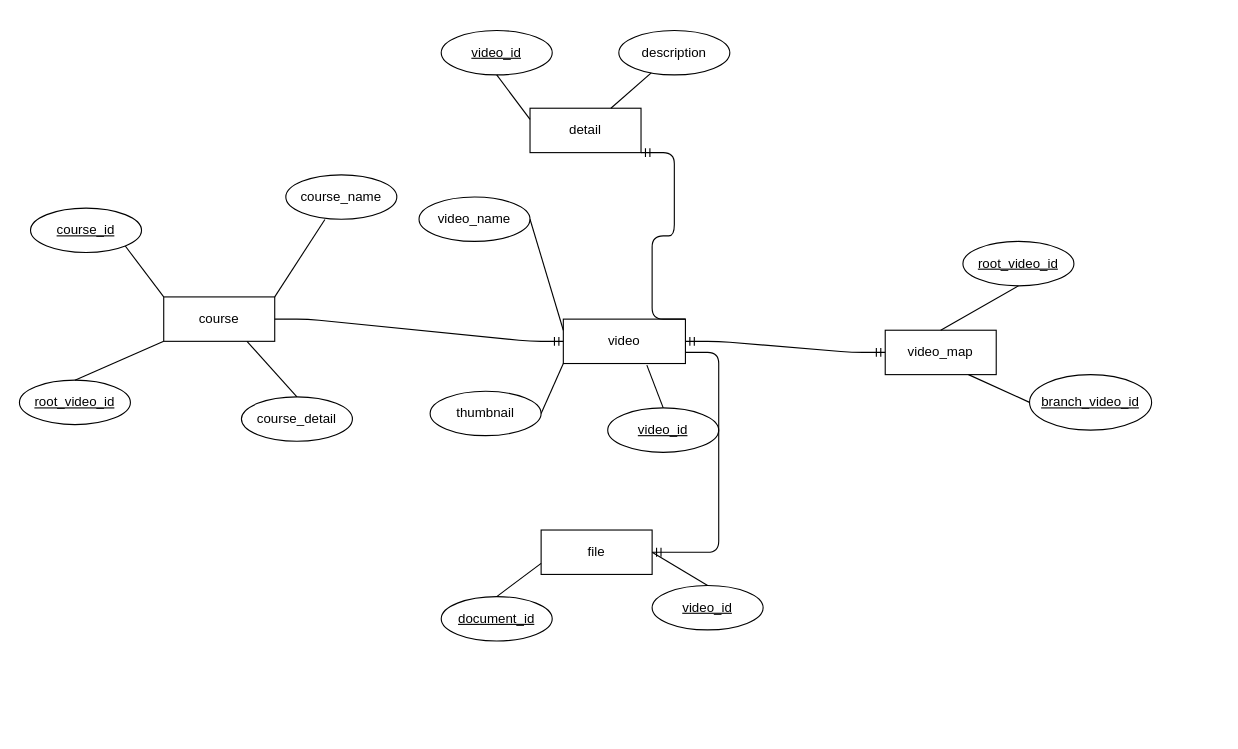
This is Untitled Diagram.drawio from TendonT52/ProjectProgMath, a draw.io file, before an edit. Source tidied: cells renumbered, new cells numbered last; positions are measured from the earlier drawing's top-left corner, leaving out a move shared by most shapes. Both pictures are drawn from the tidied source at 111%, with x=0, y=0 at pixel (19, 30).
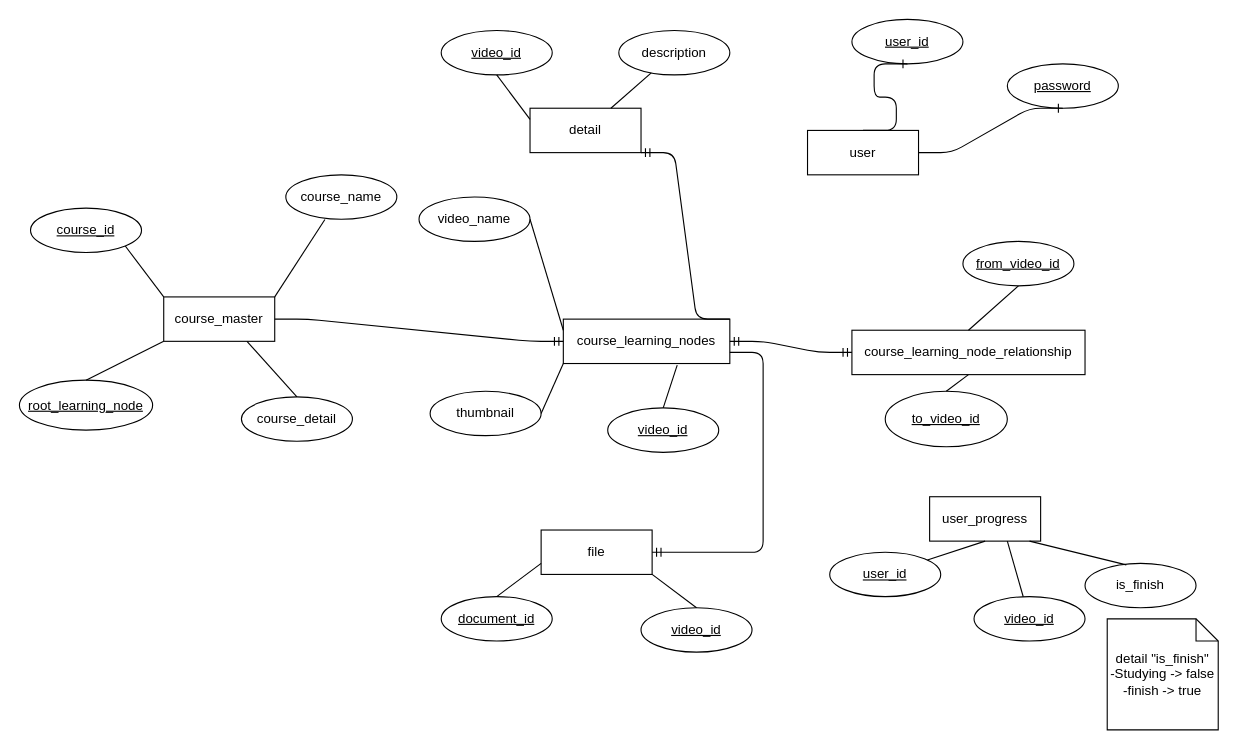
The same page after the edit.

Unchanged cells that the change refers to:
```xml
<mxCell id="7" value="file" style="whiteSpace=wrap;html=1;align=center;" parent="1" vertex="1">
  <mxGeometry x="470" y="450" width="100" height="40" as="geometry" />
</mxCell>
```

What changed in the source:
```diff
@@
-    <mxCell id="2" value="video" style="whiteSpace=wrap;html=1;align=center;" parent="1" vertex="1">
-      <mxGeometry x="490" y="260" width="110" height="40" as="geometry" />
+    <mxCell id="2" value="course_learning_nodes" style="whiteSpace=wrap;html=1;align=center;" parent="1" vertex="1">
+      <mxGeometry x="490" y="260" width="150" height="40" as="geometry" />
     </mxCell>
-    <mxCell id="3" value="video_map" style="whiteSpace=wrap;html=1;align=center;" parent="1" vertex="1">
-      <mxGeometry x="780" y="270" width="100" height="40" as="geometry" />
+    <mxCell id="3" value="course_learning_node_relationship" style="whiteSpace=wrap;html=1;align=center;" parent="1" vertex="1">
+      <mxGeometry x="750" y="270" width="210" height="40" as="geometry" />
     </mxCell>
@@
-    <mxCell id="6" value="root_video_id" style="ellipse;whiteSpace=wrap;html=1;align=center;fontStyle=4;" parent="1" vertex="1">
+    <mxCell id="6" value="from_video_id" style="ellipse;whiteSpace=wrap;html=1;align=center;fontStyle=4;" parent="1" vertex="1">
       <mxGeometry x="850" y="190" width="100" height="40" as="geometry" />
     </mxCell>
@@
-    <mxCell id="20" value="branch_video_id" style="ellipse;whiteSpace=wrap;html=1;align=center;fontStyle=4;" parent="1" vertex="1">
-      <mxGeometry x="910" y="310" width="110" height="50" as="geometry" />
+    <mxCell id="20" value="to_video_id" style="ellipse;whiteSpace=wrap;html=1;align=center;fontStyle=4;" parent="1" vertex="1">
+      <mxGeometry x="780" y="325" width="110" height="50" as="geometry" />
     </mxCell>
-    <mxCell id="21" style="endArrow=none;html=1;rounded=0;exitX=0.75;exitY=1;exitDx=0;exitDy=0;entryX=0;entryY=0.5;entryDx=0;entryDy=0;" parent="1" edge="1" source="3" target="20">
-      <mxGeometry relative="1" as="geometry" />
-    </mxCell>
     <mxCell id="22" value="video_id" style="ellipse;whiteSpace=wrap;html=1;align=center;fontStyle=4;" parent="1" vertex="1">
-      <mxGeometry x="570" y="500" width="100" height="40" as="geometry" />
+      <mxGeometry x="560" y="520" width="100" height="40" as="geometry" />
     </mxCell>
-    <mxCell id="23" style="endArrow=none;html=1;rounded=0;entryX=0.5;entryY=0;entryDx=0;entryDy=0;exitX=1;exitY=0.5;exitDx=0;exitDy=0;" parent="1" edge="1" source="7" target="22">
+    <mxCell id="23" style="endArrow=none;html=1;rounded=0;entryX=0.5;entryY=0;entryDx=0;entryDy=0;exitX=1;exitY=1;exitDx=0;exitDy=0;" parent="1" edge="1" source="7" target="22">
       <mxGeometry relative="1" as="geometry" />
     </mxCell>
-    <mxCell id="24" value="course" style="whiteSpace=wrap;html=1;align=center;" parent="1" vertex="1">
+    <mxCell id="24" value="course_master" style="whiteSpace=wrap;html=1;align=center;" parent="1" vertex="1">
       <mxGeometry x="130" y="240" width="100" height="40" as="geometry" />
     </mxCell>
@@
-    <mxCell id="27" value="root_video_id" style="ellipse;whiteSpace=wrap;html=1;align=center;fontStyle=4;" parent="1" vertex="1">
-      <mxGeometry y="315" width="100" height="40" as="geometry" />
+    <mxCell id="27" value="root_learning_node" style="ellipse;whiteSpace=wrap;html=1;align=center;fontStyle=4;" parent="1" vertex="1">
+      <mxGeometry y="315" width="120" height="45" as="geometry" />
     </mxCell>
@@
     <mxCell id="35" style="edgeStyle=entityRelationEdgeStyle;fontSize=12;html=1;endArrow=ERmandOne;entryX=1;entryY=0.5;entryDx=0;entryDy=0;" parent="1" edge="1" target="7">
       <mxGeometry relative="1" as="geometry">
-        <mxPoint x="600" y="290" as="sourcePoint" />
+        <mxPoint x="640" y="290" as="sourcePoint" />
       </mxGeometry>
     </mxCell>
@@
+    <mxCell id="37" value="user" style="whiteSpace=wrap;html=1;align=center;" parent="1" vertex="1">
+      <mxGeometry x="710" y="90" width="100" height="40" as="geometry" />
+    </mxCell>
+    <mxCell id="38" value="user_id" style="ellipse;whiteSpace=wrap;html=1;align=center;fontStyle=4;" parent="1" vertex="1">
+      <mxGeometry x="750" y="-10" width="100" height="40" as="geometry" />
+    </mxCell>
+    <mxCell id="39" value="password" style="ellipse;whiteSpace=wrap;html=1;align=center;fontStyle=4;" parent="1" vertex="1">
+      <mxGeometry x="890" y="30" width="100" height="40" as="geometry" />
+    </mxCell>
+    <mxCell id="40" style="edgeStyle=entityRelationEdgeStyle;fontSize=12;html=1;endArrow=ERone;endFill=1;entryX=0.5;entryY=1;entryDx=0;entryDy=0;exitX=0.5;exitY=0;exitDx=0;exitDy=0;" parent="1" edge="1" source="37" target="38">
+      <mxGeometry relative="1" as="geometry" />
+    </mxCell>
+    <mxCell id="41" style="edgeStyle=entityRelationEdgeStyle;fontSize=12;html=1;endArrow=ERone;endFill=1;entryX=0.5;entryY=1;entryDx=0;entryDy=0;exitX=1;exitY=0.5;exitDx=0;exitDy=0;" parent="1" edge="1" source="37" target="39">
+      <mxGeometry relative="1" as="geometry" />
+    </mxCell>
+    <mxCell id="42" value="user_progress" style="whiteSpace=wrap;html=1;align=center;" parent="1" vertex="1">
+      <mxGeometry x="820" y="420" width="100" height="40" as="geometry" />
+    </mxCell>
+    <mxCell id="43" value="user_id" style="ellipse;whiteSpace=wrap;html=1;align=center;fontStyle=4;" parent="1" vertex="1">
+      <mxGeometry x="730" y="470" width="100" height="40" as="geometry" />
+    </mxCell>
+    <mxCell id="44" style="endArrow=none;html=1;rounded=0;entryX=0.5;entryY=1;entryDx=0;entryDy=0;exitX=0.5;exitY=0;exitDx=0;exitDy=0;" parent="1" edge="1" source="20" target="3">
+      <mxGeometry relative="1" as="geometry" />
+    </mxCell>
+    <mxCell id="45" value="video_id" style="ellipse;whiteSpace=wrap;html=1;align=center;fontStyle=4;" parent="1" vertex="1">
+      <mxGeometry x="860" y="510" width="100" height="40" as="geometry" />
+    </mxCell>
+    <mxCell id="46" value="is_finish" style="ellipse;whiteSpace=wrap;html=1;align=center;" parent="1" vertex="1">
+      <mxGeometry x="960" y="480" width="100" height="40" as="geometry" />
+    </mxCell>
+    <mxCell id="47" style="endArrow=none;html=1;rounded=0;entryX=0.5;entryY=1;entryDx=0;entryDy=0;" parent="1" edge="1" target="42">
+      <mxGeometry relative="1" as="geometry">
+        <mxPoint x="818" y="477" as="sourcePoint" />
+      </mxGeometry>
+    </mxCell>
+    <mxCell id="48" style="endArrow=none;html=1;rounded=0;" parent="1" edge="1" source="45">
+      <mxGeometry relative="1" as="geometry">
+        <mxPoint x="890" y="460" as="targetPoint" />
+      </mxGeometry>
+    </mxCell>
+    <mxCell id="49" style="endArrow=none;html=1;rounded=0;entryX=0.372;entryY=0.035;entryDx=0;entryDy=0;entryPerimeter=0;" parent="1" edge="1" target="46">
+      <mxGeometry relative="1" as="geometry">
+        <mxPoint x="910" y="460" as="sourcePoint" />
+      </mxGeometry>
+    </mxCell>
+    <mxCell id="50" value="detail &quot;is_finish&quot;&lt;br&gt;-Studying -&amp;gt; false&lt;br&gt;-finish -&amp;gt; true" style="shape=note;size=20;whiteSpace=wrap;html=1;" parent="1" vertex="1">
+      <mxGeometry x="980" y="530" width="100" height="100" as="geometry" />
+    </mxCell>
```
